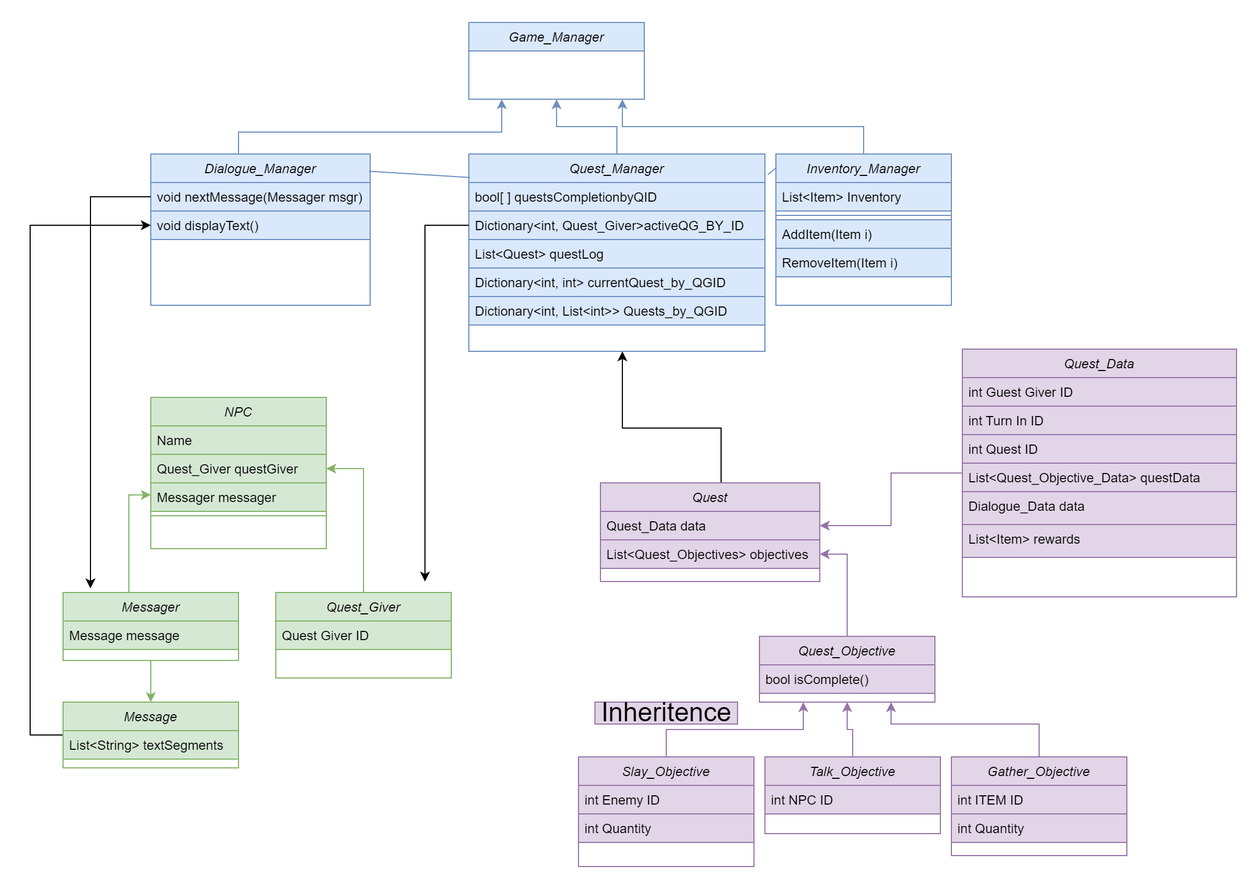
Above: QM Diagram.png in grantwkenn/Apothecary (draw.io), before the change. Source tidied: cells renumbered, new cells last; positions are measured from the earlier drawing's top-left corner, leaving out a move shared by most shapes.
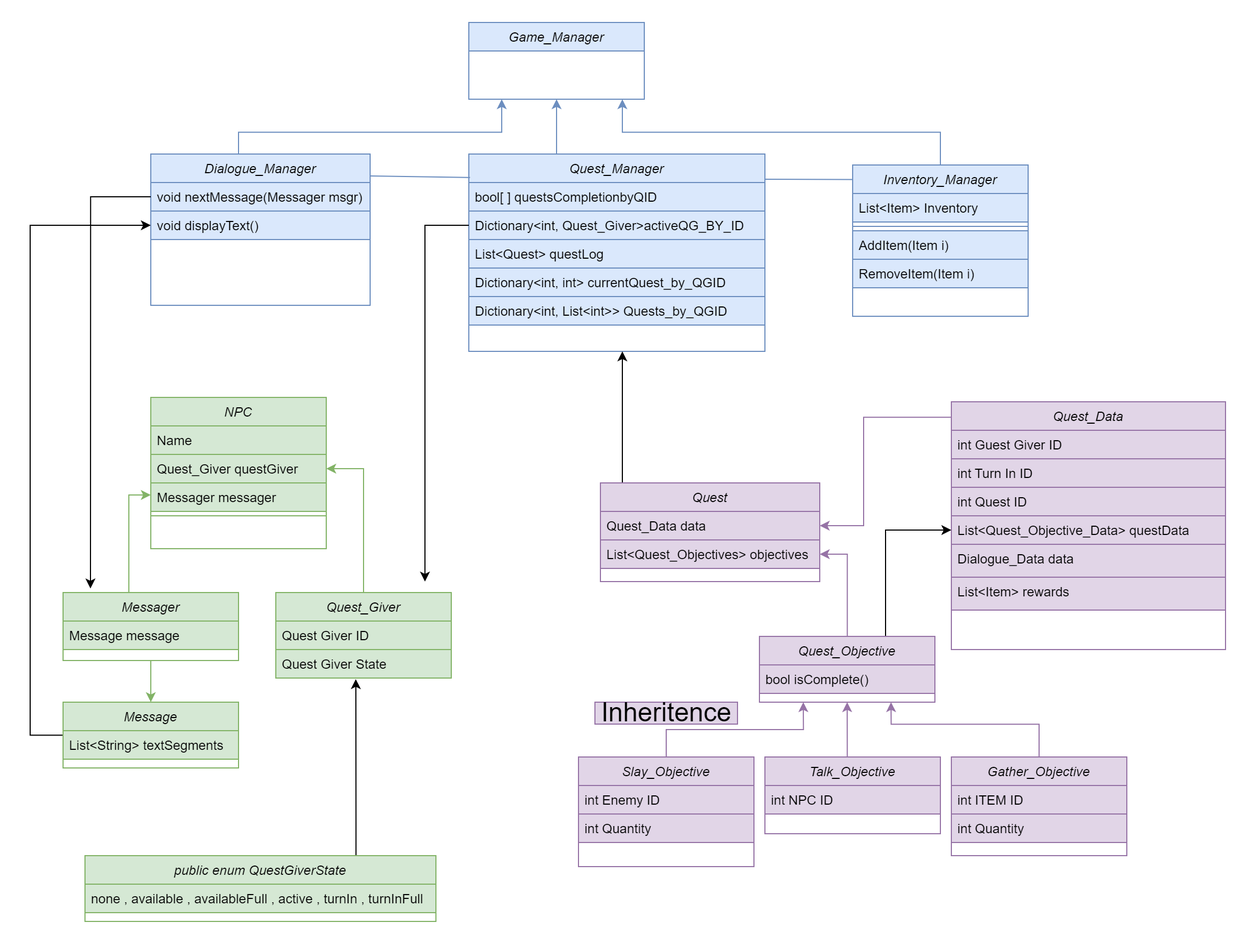
Above is the later version.

Commit message:
typo QM Diagram

Diff of the diagram source:
```diff
@@ -3,7 +3,12 @@
     <mxCell id="0" />
     <mxCell id="1" parent="0" />
     <mxCell id="2" style="edgeStyle=orthogonalEdgeStyle;rounded=0;jettySize=auto;html=1;entryX=0.5;entryY=1;entryDx=0;entryDy=0;fontSize=24;fillColor=#dae8fc;strokeColor=#6c8ebf;" parent="1" edge="1" source="3" target="61">
-      <mxGeometry relative="1" as="geometry" />
+      <mxGeometry relative="1" as="geometry">
+        <Array as="points">
+          <mxPoint x="480" y="110" />
+          <mxPoint x="480" y="110" />
+        </Array>
+      </mxGeometry>
     </mxCell>
     <mxCell id="3" value="Quest_Manager" style="swimlane;fontStyle=2;align=center;verticalAlign=top;horizontal=1;startSize=26;rounded=0;shadow=0;strokeWidth=1;fillColor=#dae8fc;strokeColor=#6c8ebf;" parent="1" vertex="1">
       <mxGeometry x="400" y="120" width="270" height="180" as="geometry" />
@@ -29,7 +34,7 @@
       </mxGeometry>
     </mxCell>
     <mxCell id="10" value="Inventory_Manager" style="swimlane;fontStyle=2;align=center;verticalAlign=top;horizontal=1;startSize=26;rounded=0;shadow=0;strokeWidth=1;fillColor=#dae8fc;strokeColor=#6c8ebf;" parent="1" vertex="1">
-      <mxGeometry x="680" y="120" width="160" height="138" as="geometry" />
+      <mxGeometry x="750" y="130" width="160" height="138" as="geometry" />
     </mxCell>
     <mxCell id="11" value="List&lt;Item&gt; Inventory" style="text;align=left;verticalAlign=top;spacingLeft=4;spacingRight=4;overflow=hidden;fillColor=#dae8fc;strokeColor=#6c8ebf;" parent="10" vertex="1">
       <mxGeometry y="26" width="160" height="26" as="geometry" />
@@ -65,8 +70,8 @@
       <mxGeometry relative="1" as="geometry">
         <mxPoint x="540" y="300" as="targetPoint" />
         <Array as="points">
-          <mxPoint x="630" y="370" />
-          <mxPoint x="540" y="370" />
+          <mxPoint x="540" y="400" />
+          <mxPoint x="540" y="400" />
         </Array>
       </mxGeometry>
     </mxCell>
@@ -80,10 +85,15 @@
       <mxGeometry y="52" width="200" height="26" as="geometry" />
     </mxCell>
     <mxCell id="23" style="edgeStyle=orthogonalEdgeStyle;rounded=0;jettySize=auto;html=1;entryX=1;entryY=0.5;entryDx=0;entryDy=0;fontSize=24;fillColor=#e1d5e7;strokeColor=#9673a6;" parent="1" edge="1" source="24" target="21">
-      <mxGeometry relative="1" as="geometry" />
+      <mxGeometry relative="1" as="geometry">
+        <Array as="points">
+          <mxPoint x="760" y="360" />
+          <mxPoint x="760" y="459" />
+        </Array>
+      </mxGeometry>
     </mxCell>
     <mxCell id="24" value="Quest_Data" style="swimlane;fontStyle=2;align=center;verticalAlign=top;horizontal=1;startSize=26;rounded=0;shadow=0;strokeWidth=1;fillColor=#e1d5e7;strokeColor=#9673a6;" parent="1" vertex="1">
-      <mxGeometry x="850" y="298" width="250" height="226" as="geometry" />
+      <mxGeometry x="840" y="346" width="250" height="226" as="geometry" />
     </mxCell>
     <mxCell id="25" value="int Guest Giver ID" style="text;align=left;verticalAlign=top;spacingLeft=4;spacingRight=4;overflow=hidden;fillColor=#e1d5e7;strokeColor=#9673a6;" parent="24" vertex="1">
       <mxGeometry y="26" width="250" height="26" as="geometry" />
@@ -106,6 +116,13 @@
     <mxCell id="31" style="edgeStyle=orthogonalEdgeStyle;rounded=0;jettySize=auto;html=1;entryX=1;entryY=0.5;entryDx=0;entryDy=0;fontSize=24;fillColor=#e1d5e7;strokeColor=#9673a6;" parent="1" edge="1" source="32" target="22">
       <mxGeometry relative="1" as="geometry" />
     </mxCell>
+    <mxCell id="66" style="edgeStyle=orthogonalEdgeStyle;rounded=0;jettySize=auto;html=1;entryX=0;entryY=0.5;entryDx=0;entryDy=0;" parent="1" edge="1" source="32" target="28">
+      <mxGeometry relative="1" as="geometry">
+        <Array as="points">
+          <mxPoint x="780" y="463" />
+        </Array>
+      </mxGeometry>
+    </mxCell>
     <mxCell id="32" value="Quest_Objective" style="swimlane;fontStyle=2;align=center;verticalAlign=top;horizontal=1;startSize=26;rounded=0;shadow=0;strokeWidth=1;fillColor=#e1d5e7;strokeColor=#9673a6;" parent="1" vertex="1">
       <mxGeometry x="665" y="560" width="160" height="60" as="geometry" />
     </mxCell>
@@ -113,7 +130,12 @@
       <mxGeometry y="26" width="160" height="26" as="geometry" />
     </mxCell>
     <mxCell id="34" style="edgeStyle=orthogonalEdgeStyle;rounded=0;jettySize=auto;html=1;entryX=0.5;entryY=1;entryDx=0;entryDy=0;fontSize=24;fillColor=#e1d5e7;strokeColor=#9673a6;" parent="1" edge="1" source="35" target="32">
-      <mxGeometry relative="1" as="geometry" />
+      <mxGeometry relative="1" as="geometry">
+        <Array as="points">
+          <mxPoint x="745" y="660" />
+          <mxPoint x="745" y="660" />
+        </Array>
+      </mxGeometry>
     </mxCell>
     <mxCell id="35" value="Talk_Objective" style="swimlane;fontStyle=2;align=center;verticalAlign=top;horizontal=1;startSize=26;rounded=0;shadow=0;strokeWidth=1;fillColor=#e1d5e7;strokeColor=#9673a6;" parent="1" vertex="1">
       <mxGeometry x="670" y="670" width="160" height="70" as="geometry" />
@@ -188,6 +210,9 @@
     <mxCell id="55" value="Quest Giver ID" style="text;align=left;verticalAlign=top;spacingLeft=4;spacingRight=4;overflow=hidden;fillColor=#d5e8d4;strokeColor=#82b366;" parent="54" vertex="1">
       <mxGeometry y="26" width="160" height="26" as="geometry" />
     </mxCell>
+    <mxCell id="67" value="Quest Giver State" style="text;align=left;verticalAlign=top;spacingLeft=4;spacingRight=4;overflow=hidden;points=[[0,0.5],[1,0.5]];portConstraint=eastwest;fillColor=#d5e8d4;strokeColor=#82b366;" parent="54" vertex="1">
+      <mxGeometry y="52" width="160" height="26" as="geometry" />
+    </mxCell>
     <mxCell id="56" style="edgeStyle=orthogonalEdgeStyle;rounded=0;jettySize=auto;html=1;entryX=0.5;entryY=0;entryDx=0;entryDy=0;fontSize=24;fillColor=#d5e8d4;strokeColor=#82b366;" parent="1" edge="1" source="58" target="51">
       <mxGeometry relative="1" as="geometry" />
     </mxCell>
@@ -214,16 +239,34 @@
     <mxCell id="62" style="edgeStyle=orthogonalEdgeStyle;rounded=0;jettySize=auto;html=1;entryX=0.156;entryY=-0.06;entryDx=0;entryDy=0;entryPerimeter=0;fontSize=24;" parent="1" edge="1" source="17" target="58">
       <mxGeometry relative="1" as="geometry" />
     </mxCell>
-    <mxCell id="63" style="endArrow=none;html=1;rounded=0;fontSize=24;entryX=-0.003;entryY=0.096;entryDx=0;entryDy=0;entryPerimeter=0;exitX=1.01;exitY=0.104;exitDx=0;exitDy=0;exitPerimeter=0;fillColor=#dae8fc;strokeColor=#6c8ebf;" parent="1" edge="1" source="3" target="10">
-      <mxGeometry relative="1" as="geometry" />
+    <mxCell id="63" style="endArrow=none;html=1;rounded=0;fontSize=24;entryX=-0.003;entryY=0.096;entryDx=0;entryDy=0;entryPerimeter=0;fillColor=#dae8fc;strokeColor=#6c8ebf;" parent="1" edge="1" target="10">
+      <mxGeometry relative="1" as="geometry">
+        <mxPoint x="670" y="143" as="sourcePoint" />
+      </mxGeometry>
     </mxCell>
-    <mxCell id="64" style="endArrow=none;html=1;rounded=0;fontSize=24;entryX=0.004;entryY=0.119;entryDx=0;entryDy=0;entryPerimeter=0;exitX=0.995;exitY=0.114;exitDx=0;exitDy=0;exitPerimeter=0;fillColor=#dae8fc;strokeColor=#6c8ebf;" parent="1" edge="1" source="16" target="3">
-      <mxGeometry relative="1" as="geometry" />
+    <mxCell id="64" style="endArrow=none;html=1;rounded=0;fontSize=24;entryX=0.004;entryY=0.119;entryDx=0;entryDy=0;entryPerimeter=0;fillColor=#dae8fc;strokeColor=#6c8ebf;" parent="1" edge="1" target="3">
+      <mxGeometry relative="1" as="geometry">
+        <mxPoint x="310" y="140" as="sourcePoint" />
+      </mxGeometry>
     </mxCell>
     <mxCell id="65" style="edgeStyle=orthogonalEdgeStyle;rounded=0;jettySize=auto;html=1;fontSize=12;" parent="1" edge="1" source="5">
       <mxGeometry relative="1" as="geometry">
         <mxPoint x="360" y="510" as="targetPoint" />
       </mxGeometry>
     </mxCell>
+    <mxCell id="68" style="edgeStyle=orthogonalEdgeStyle;rounded=0;jettySize=auto;html=1;entryX=0.456;entryY=1.038;entryDx=0;entryDy=0;entryPerimeter=0;" parent="1" edge="1" source="69" target="67">
+      <mxGeometry relative="1" as="geometry">
+        <Array as="points">
+          <mxPoint x="297" y="730" />
+          <mxPoint x="297" y="730" />
+        </Array>
+      </mxGeometry>
+    </mxCell>
+    <mxCell id="69" value="public enum QuestGiverState" style="swimlane;fontStyle=2;align=center;verticalAlign=top;horizontal=1;startSize=26;rounded=0;shadow=0;strokeWidth=1;fillColor=#d5e8d4;strokeColor=#82b366;" parent="1" vertex="1">
+      <mxGeometry x="50" y="760" width="320" height="60" as="geometry" />
+    </mxCell>
+    <mxCell id="70" value="none , available , availableFull , active , turnIn , turnInFull" style="text;align=left;verticalAlign=top;spacingLeft=4;spacingRight=4;overflow=hidden;fillColor=#d5e8d4;strokeColor=#82b366;" parent="69" vertex="1">
+      <mxGeometry y="26" width="320" height="26" as="geometry" />
+    </mxCell>
   </root>
 </mxGraphModel>
```
